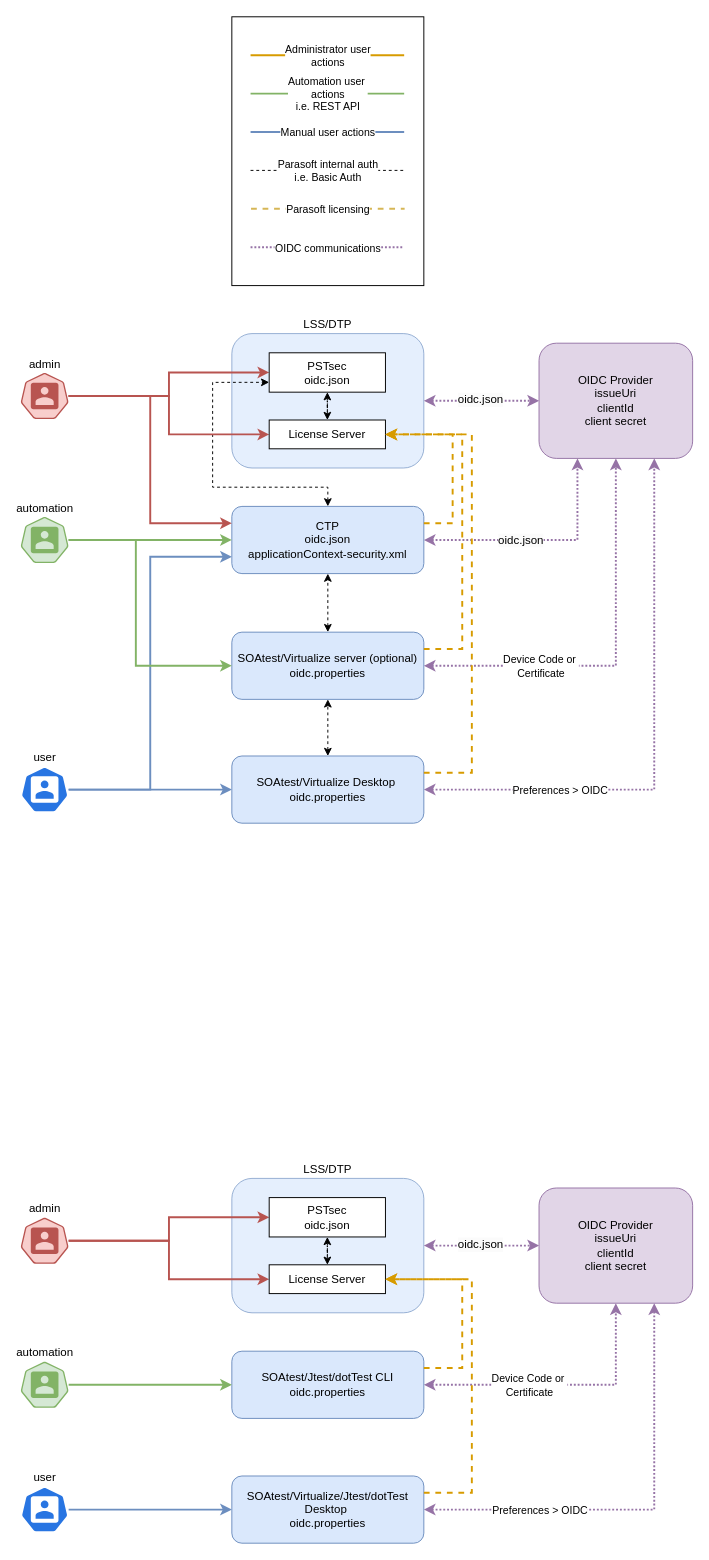
This is oidc.drawio from gtrofimov/draw-io-projects, a draw.io file, before an edit. Source tidied: cells renumbered, new cells numbered last; positions are measured from the earlier drawing's top-left corner, leaving out a move shared by most shapes. Both pictures are drawn from the tidied source at 96%, with x=0, y=0 at pixel (20, 16).
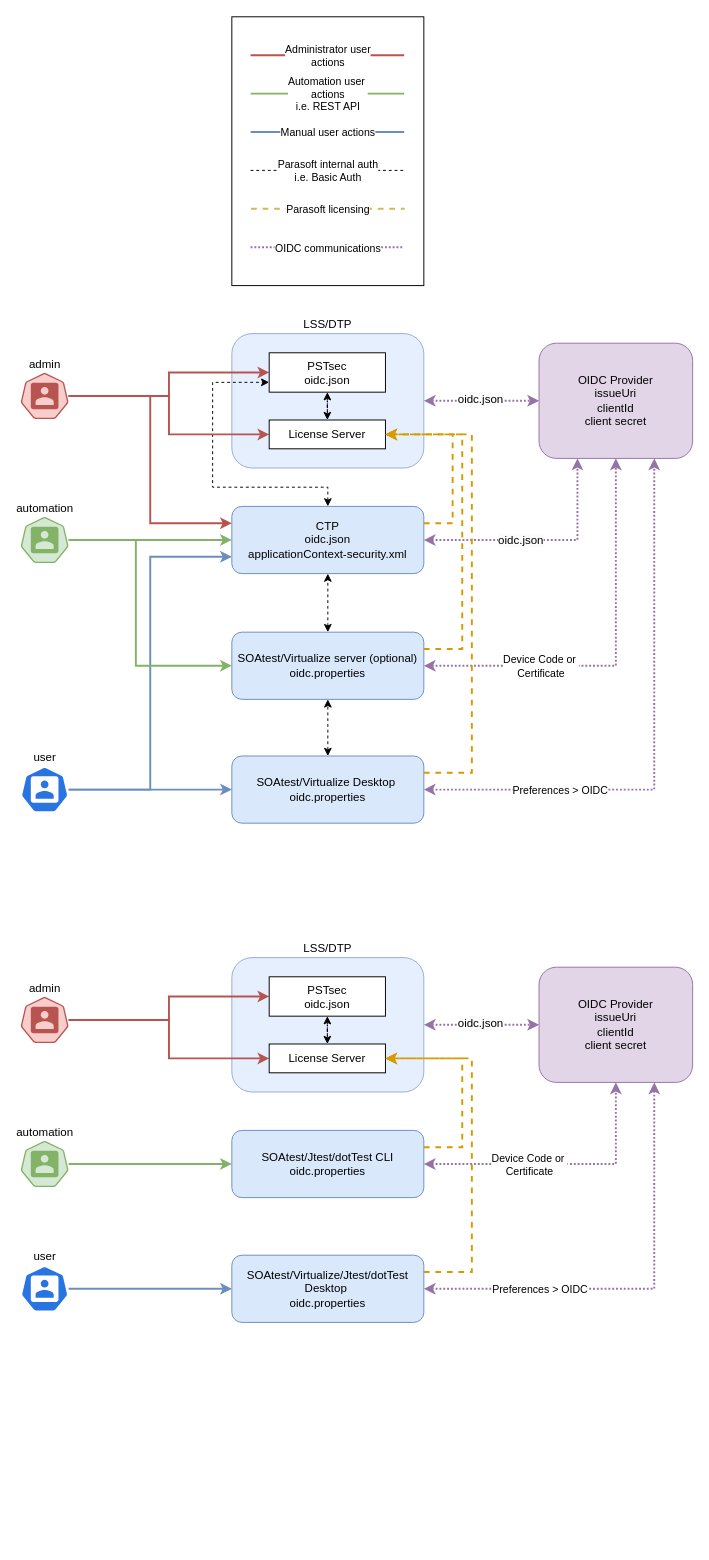
The same diagram, later.

The change refers to these unchanged cells:
```xml
<mxCell id="34" style="group;" parent="1" vertex="1">
  <mxGeometry x="220" width="200" height="280" as="geometry" />
</mxCell>
```

Diff of the diagram source:
```diff
@@
-    <mxCell id="36" style="endArrow=none;html=1;rounded=0;strokeWidth=2;fillColor=#ffe6cc;strokeColor=#d79b00;" parent="34" edge="1">
+    <mxCell id="36" style="endArrow=none;html=1;rounded=0;strokeWidth=2;fillColor=#f8cecc;strokeColor=#b85450;" parent="34" edge="1">
       <mxGeometry relative="1" as="geometry">
         <mxPoint x="19.5" y="40" as="sourcePoint" />
         <mxPoint x="179.5" y="40" as="targetPoint" />
       </mxGeometry>
     </mxCell>
@@
     <mxCell id="48" value="LSS/DTP" style="rounded=1;whiteSpace=wrap;html=1;labelPosition=center;verticalLabelPosition=top;align=center;verticalAlign=bottom;opacity=70;fillColor=#dae8fc;strokeColor=#6c8ebf;" parent="1" vertex="1">
-      <mxGeometry x="220" y="1210" width="200" height="140" as="geometry" />
+      <mxGeometry x="220" y="980" width="200" height="140" as="geometry" />
     </mxCell>
@@
     <mxCell id="51" value="&lt;div&gt;SOAtest/Jtest/dotTest CLI&lt;br&gt;&lt;div&gt;&lt;div&gt;oidc.properties&lt;/div&gt;&lt;/div&gt;&lt;/div&gt;" style="rounded=1;whiteSpace=wrap;html=1;fillColor=#dae8fc;strokeColor=#6c8ebf;" parent="1" vertex="1">
-      <mxGeometry x="220" y="1390" width="200" height="70" as="geometry" />
+      <mxGeometry x="220" y="1160" width="200" height="70" as="geometry" />
     </mxCell>
     <mxCell id="52" value="OIDC Provider&lt;div&gt;issueUri&lt;br&gt;&lt;div&gt;clientId&lt;/div&gt;&lt;div&gt;client secret&lt;/div&gt;&lt;/div&gt;" style="rounded=1;whiteSpace=wrap;html=1;fillColor=#e1d5e7;strokeColor=#9673a6;" parent="1" vertex="1">
-      <mxGeometry x="540" y="1220" width="160" height="120" as="geometry" />
+      <mxGeometry x="540" y="990" width="160" height="120" as="geometry" />
     </mxCell>
     <mxCell id="53" value="user" style="sketch=0;html=1;dashed=0;whitespace=wrap;fillColor=#2875E2;strokeColor=#ffffff;points=[[0.005,0.63,0],[0.1,0.2,0],[0.9,0.2,0],[0.5,0,0],[0.995,0.63,0],[0.72,0.99,0],[0.5,1,0],[0.28,0.99,0]];shape=mxgraph.kubernetes.icon2;prIcon=user;labelPosition=center;verticalLabelPosition=top;align=center;verticalAlign=bottom;" parent="1" vertex="1">
-      <mxGeometry y="1531" width="50" height="48" as="geometry" />
+      <mxGeometry y="1301" width="50" height="48" as="geometry" />
     </mxCell>
@@
     <mxCell id="56" value="admin" style="sketch=0;html=1;dashed=0;whitespace=wrap;fillColor=#f8cecc;strokeColor=#b85450;points=[[0.005,0.63,0],[0.1,0.2,0],[0.9,0.2,0],[0.5,0,0],[0.995,0.63,0],[0.72,0.99,0],[0.5,1,0],[0.28,0.99,0]];shape=mxgraph.kubernetes.icon2;prIcon=user;labelPosition=center;verticalLabelPosition=top;align=center;verticalAlign=bottom;" parent="1" vertex="1">
-      <mxGeometry y="1251" width="50" height="48" as="geometry" />
+      <mxGeometry y="1021" width="50" height="48" as="geometry" />
     </mxCell>
@@
     <mxCell id="60" value="License Server" style="rounded=0;whiteSpace=wrap;html=1;" parent="1" vertex="1">
-      <mxGeometry x="258.9" y="1300" width="121.1" height="30" as="geometry" />
+      <mxGeometry x="258.9" y="1070" width="121.1" height="30" as="geometry" />
     </mxCell>
     <mxCell id="61" value="PSTsec&lt;div&gt;oidc.json&lt;/div&gt;" style="rounded=0;whiteSpace=wrap;html=1;" parent="1" vertex="1">
-      <mxGeometry x="258.9" y="1230" width="121.1" height="41" as="geometry" />
+      <mxGeometry x="258.9" y="1000" width="121.1" height="41" as="geometry" />
     </mxCell>
@@
     <mxCell id="63" style="edgeStyle=orthogonalEdgeStyle;rounded=0;jettySize=auto;html=1;entryX=0;entryY=0.5;entryDx=0;entryDy=0;fillColor=#d5e8d4;strokeColor=#82b366;strokeWidth=2;" parent="1" edge="1" source="64" target="51">
       <mxGeometry relative="1" as="geometry">
         <Array as="points">
-          <mxPoint x="180" y="1425" />
-          <mxPoint x="180" y="1425" />
+          <mxPoint x="180" y="1195" />
+          <mxPoint x="180" y="1195" />
         </Array>
       </mxGeometry>
     </mxCell>
     <mxCell id="64" value="automation" style="sketch=0;html=1;dashed=0;whitespace=wrap;fillColor=#d5e8d4;strokeColor=#82b366;points=[[0.005,0.63,0],[0.1,0.2,0],[0.9,0.2,0],[0.5,0,0],[0.995,0.63,0],[0.72,0.99,0],[0.5,1,0],[0.28,0.99,0]];shape=mxgraph.kubernetes.icon2;prIcon=user;labelPosition=center;verticalLabelPosition=top;align=center;verticalAlign=bottom;" parent="1" vertex="1">
-      <mxGeometry y="1401" width="50" height="48" as="geometry" />
+      <mxGeometry y="1171" width="50" height="48" as="geometry" />
     </mxCell>
@@
     <mxCell id="67" value="SOAtest/Virtualize/Jtest/dotTest Desktop&amp;nbsp;&lt;div&gt;&lt;div&gt;oidc.properties&lt;/div&gt;&lt;/div&gt;" style="rounded=1;whiteSpace=wrap;html=1;fillColor=#dae8fc;strokeColor=#6c8ebf;" parent="1" vertex="1">
-      <mxGeometry x="220" y="1520" width="200" height="70" as="geometry" />
+      <mxGeometry x="220" y="1290" width="200" height="70" as="geometry" />
     </mxCell>
     <mxCell id="68" style="edgeStyle=orthogonalEdgeStyle;rounded=0;jettySize=auto;html=1;fillColor=#ffe6cc;strokeColor=#d79b00;strokeWidth=2;dashed=1;entryX=1;entryY=0.5;entryDx=0;entryDy=0;exitX=1;exitY=0.25;exitDx=0;exitDy=0;" parent="1" edge="1" source="51" target="60">
       <mxGeometry relative="1" as="geometry">
         <Array as="points">
-          <mxPoint x="460" y="1408" />
-          <mxPoint x="460" y="1315" />
+          <mxPoint x="460" y="1178" />
+          <mxPoint x="460" y="1085" />
         </Array>
       </mxGeometry>
     </mxCell>
     <mxCell id="69" style="edgeStyle=orthogonalEdgeStyle;rounded=0;jettySize=auto;html=1;fillColor=#ffe6cc;strokeColor=#d79b00;strokeWidth=2;dashed=1;entryX=1;entryY=0.5;entryDx=0;entryDy=0;exitX=1;exitY=0.25;exitDx=0;exitDy=0;" parent="1" edge="1" source="67" target="60">
       <mxGeometry relative="1" as="geometry">
         <Array as="points">
-          <mxPoint x="470" y="1538" />
-          <mxPoint x="470" y="1315" />
+          <mxPoint x="470" y="1308" />
+          <mxPoint x="470" y="1085" />
         </Array>
       </mxGeometry>
     </mxCell>
```
